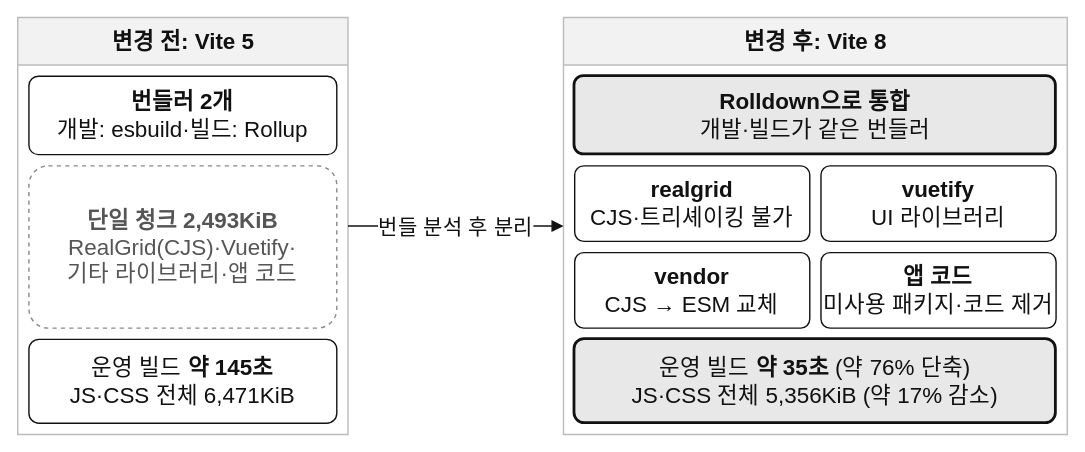
reasonjun/portfolio keeps this draw.io diagram as public/diagrams/vite-rolldown-chunks.drawio.svg. Above is the earlier version. Source tidied: cells renumbered, new cells last; positions are measured from the earlier drawing's top-left corner, leaving out a move shared by most shapes.
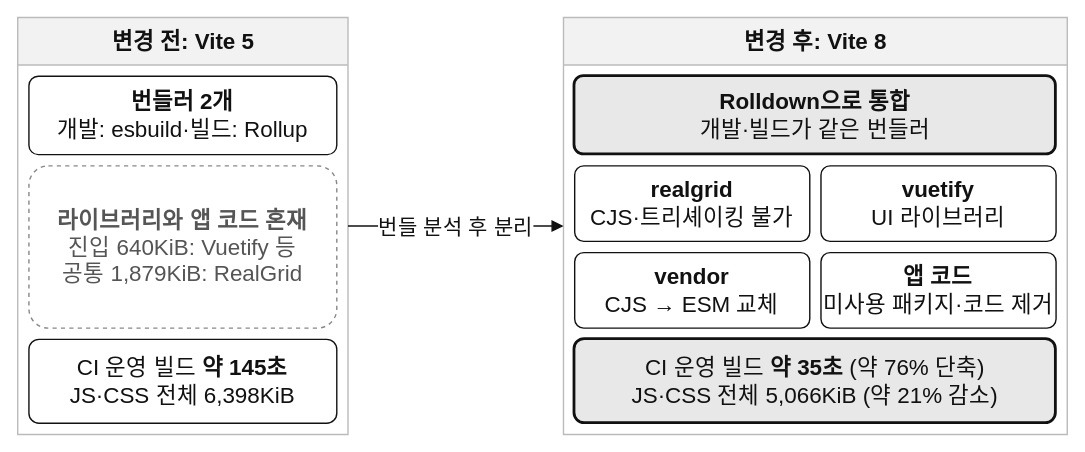
The same diagram one commit later.

Diff of the diagram source:
```diff
@@ -8,10 +8,10 @@
     <mxCell id="3" value="&lt;b&gt;번들러 2개&lt;/b&gt;&lt;br&gt;개발: esbuild·빌드: Rollup" style="rounded=1;whiteSpace=wrap;html=1;fontSize=16;fontColor=#111111;strokeColor=#111111;fillColor=#FFFFFF;arcSize=12;" parent="1" vertex="1">
       <mxGeometry x="8" y="42" width="220" height="56" as="geometry" />
     </mxCell>
-    <mxCell id="4" value="&lt;b&gt;단일 청크 2,493KiB&lt;/b&gt;&lt;br&gt;RealGrid(CJS)·Vuetify·&lt;br&gt;기타 라이브러리·앱 코드" style="rounded=1;whiteSpace=wrap;html=1;fontSize=16;fontColor=#555555;strokeColor=#888888;dashed=1;fillColor=#FFFFFF;arcSize=12;" parent="1" vertex="1">
+    <mxCell id="4" value="&lt;b&gt;라이브러리와 앱 코드 혼재&lt;/b&gt;&lt;br&gt;진입 640KiB: Vuetify 등&lt;br&gt;공통 1,879KiB: RealGrid" style="rounded=1;whiteSpace=wrap;html=1;fontSize=16;fontColor=#555555;strokeColor=#888888;dashed=1;fillColor=#FFFFFF;arcSize=12;" parent="1" vertex="1">
       <mxGeometry x="8" y="106" width="220" height="116" as="geometry" />
     </mxCell>
-    <mxCell id="5" value="운영 빌드 &lt;b&gt;약 145초&lt;/b&gt;&lt;br&gt;JS·CSS 전체 6,471KiB" style="rounded=1;whiteSpace=wrap;html=1;fontSize=16;fontColor=#111111;strokeColor=#111111;fillColor=#FFFFFF;arcSize=12;" parent="1" vertex="1">
+    <mxCell id="5" value="CI 운영 빌드 &lt;b&gt;약 145초&lt;/b&gt;&lt;br&gt;JS·CSS 전체 6,398KiB" style="rounded=1;whiteSpace=wrap;html=1;fontSize=16;fontColor=#111111;strokeColor=#111111;fillColor=#FFFFFF;arcSize=12;" parent="1" vertex="1">
       <mxGeometry x="8" y="230" width="220" height="60" as="geometry" />
     </mxCell>
     <mxCell id="6" value="&lt;b&gt;변경 후&lt;/b&gt;: Vite 8" style="swimlane;startSize=34;html=1;fontSize=16;fontColor=#111111;strokeColor=#BBBBBB;fillColor=#F2F2F2;swimlaneFillColor=#FFFFFF;rounded=0;" parent="1" vertex="1">
@@ -32,7 +32,7 @@
     <mxCell id="11" value="&lt;b&gt;앱 코드&lt;/b&gt;&lt;br&gt;미사용 패키지·코드 제거" style="rounded=1;whiteSpace=wrap;html=1;fontSize=16;fontColor=#111111;strokeColor=#111111;fillColor=#FFFFFF;arcSize=12;" parent="1" vertex="1">
       <mxGeometry x="574" y="168" width="168" height="54" as="geometry" />
     </mxCell>
-    <mxCell id="12" value="운영 빌드 &lt;b&gt;약 35초&lt;/b&gt; (약 76% 단축)&lt;br&gt;JS·CSS 전체 5,356KiB (약 17% 감소)" style="rounded=1;whiteSpace=wrap;html=1;fontSize=16;fontColor=#111111;strokeColor=#111111;strokeWidth=2;fillColor=#E8E8E8;arcSize=12;" parent="1" vertex="1">
+    <mxCell id="12" value="CI 운영 빌드 &lt;b&gt;약 35초&lt;/b&gt; (약 76% 단축)&lt;br&gt;JS·CSS 전체 5,066KiB (약 21% 감소)" style="rounded=1;whiteSpace=wrap;html=1;fontSize=16;fontColor=#111111;strokeColor=#111111;strokeWidth=2;fillColor=#E8E8E8;arcSize=12;" parent="1" vertex="1">
       <mxGeometry x="398" y="230" width="344" height="60" as="geometry" />
     </mxCell>
     <mxCell id="13" value="번들 분석 후 분리" style="endArrow=block;endFill=1;html=1;strokeColor=#111111;fontColor=#111111;fontSize=15;labelBackgroundColor=#FFFFFF;edgeStyle=orthogonalEdgeStyle;rounded=0;exitX=1;exitY=0.5;entryX=0;entryY=0.5;" parent="1" edge="1" source="2" target="6">
```
